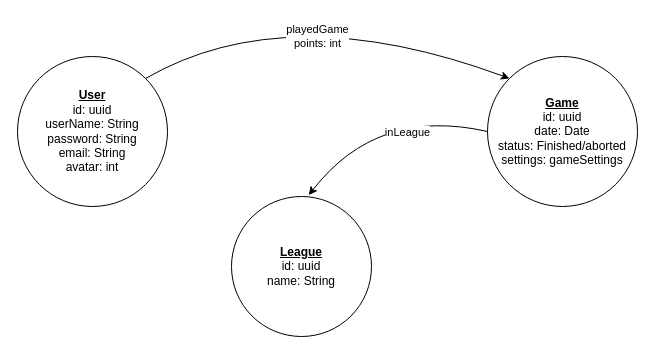
Above: page "simple version" (1 of 2) of Database.drawio in BitLord69/SGFM2 (draw.io), before the change. Source tidied: cells renumbered, new cells numbered last; positions are measured from the earlier drawing's top-left corner, leaving out a move shared by most shapes. Both pictures are drawn from the tidied source at 100%, with x=0, y=0 at pixel (17, -4).
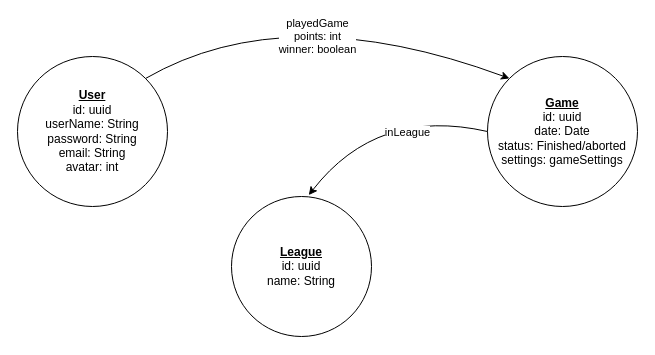
After the change.

Commit message:
Added winner to playedGame

The edit, as a diff of the source:
```diff
@@
 <mxGraphModel>
   <root>
     <mxCell id="0" />
     <mxCell id="1" parent="0" />
     <mxCell id="2" value="&lt;u style=&quot;font-weight: bold&quot;&gt;User&lt;/u&gt;&lt;br&gt;id: uuid&lt;br&gt;userName: String&lt;br&gt;password: String&lt;br&gt;email: String&lt;br&gt;avatar: int" style="ellipse;whiteSpace=wrap;html=1;" parent="1" vertex="1">
       <mxGeometry y="60" width="150" height="150" as="geometry" />
     </mxCell>
     <mxCell id="3" value="&lt;u&gt;&lt;b&gt;Game&lt;/b&gt;&lt;/u&gt;&lt;br&gt;id: uuid&lt;br&gt;date: Date&lt;br&gt;status: Finished/aborted&lt;br&gt;settings: gameSettings" style="ellipse;whiteSpace=wrap;html=1;" parent="1" vertex="1">
       <mxGeometry x="470" y="60" width="150" height="150" as="geometry" />
     </mxCell>
     <mxCell id="4" style="curved=1;endArrow=classic;html=1;exitX=1;exitY=0;exitDx=0;exitDy=0;entryX=0;entryY=0;entryDx=0;entryDy=0;" parent="1" edge="1" source="2" target="3">
       <mxGeometry relative="1" as="geometry">
         <Array as="points">
           <mxPoint x="270" />
         </Array>
       </mxGeometry>
     </mxCell>
-    <mxCell id="5" value="playedGame&lt;br&gt;points: int" style="edgeLabel;html=1;align=center;verticalAlign=middle;" parent="4" vertex="1">
+    <mxCell id="5" value="playedGame&lt;br&gt;points: int&lt;br&gt;winner: boolean" style="edgeLabel;html=1;align=center;verticalAlign=middle;" parent="4" vertex="1">
       <mxGeometry x="0.02" y="-34" relative="1" as="geometry">
         <mxPoint x="3.4" y="-6.1" as="offset" />
       </mxGeometry>
     </mxCell>
     <mxCell id="6" value="&lt;u&gt;&lt;b&gt;League&lt;/b&gt;&lt;/u&gt;&lt;br&gt;id: uuid&lt;br&gt;name: String" style="ellipse;whiteSpace=wrap;html=1;" parent="1" vertex="1">
       <mxGeometry x="214" y="200" width="140" height="140" as="geometry" />
     </mxCell>
     <mxCell id="7" style="curved=1;endArrow=classic;html=1;exitX=0;exitY=0.5;exitDx=0;exitDy=0;entryX=0.552;entryY=-0.01;entryDx=0;entryDy=0;entryPerimeter=0;" parent="1" edge="1" source="3" target="6">
       <mxGeometry relative="1" as="geometry">
         <Array as="points">
           <mxPoint x="360" y="110" />
         </Array>
       </mxGeometry>
     </mxCell>
     <mxCell id="8" value="inLeague" style="edgeLabel;html=1;align=center;verticalAlign=middle;" parent="7" vertex="1">
       <mxGeometry x="0.19" y="17" relative="1" as="geometry">
         <mxPoint x="29.4" y="-2" as="offset" />
       </mxGeometry>
     </mxCell>
   </root>
 </mxGraphModel>
```
